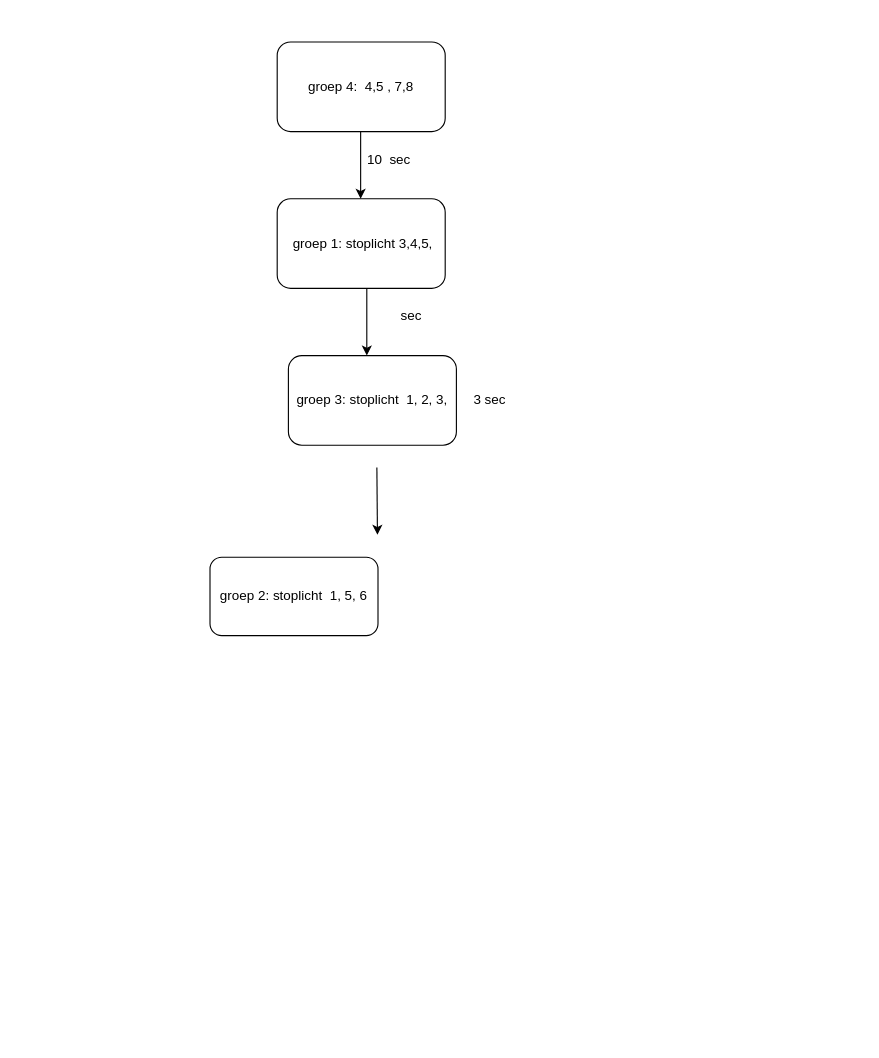
emmaus-5h/5Hin1-arduino-elia-antonio keeps this draw.io diagram as stap 3 toestandsdiagram/Untitled Diagram.drawio. Above is the earlier version. Source tidied: cells renumbered, new cells numbered last; positions are measured from the earlier drawing's top-left corner, leaving out a move shared by most shapes. Both pictures are drawn from the tidied source at 112%, with x=0, y=0 at pixel (209, 41).
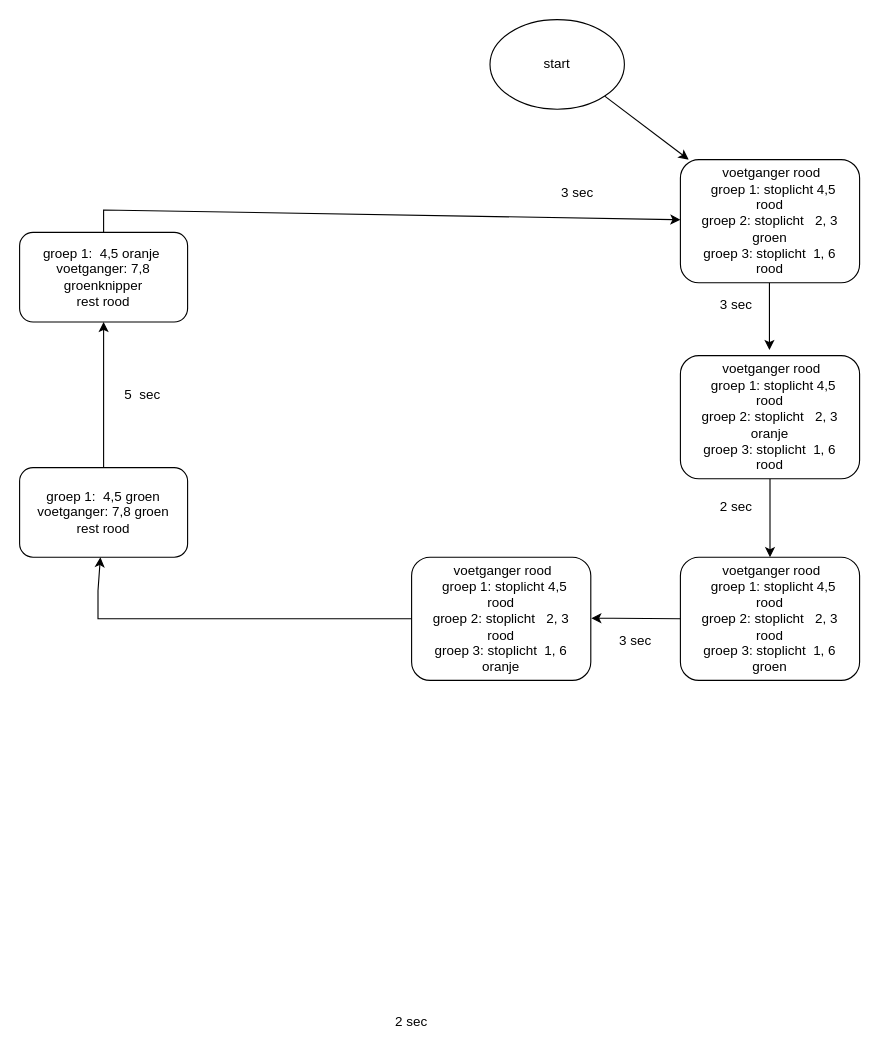
The same page after the edit.

What changed in the source:
```diff
@@
-    <mxCell id="2" value="&amp;nbsp;groep 1: stoplicht 3,4,5," style="rounded=1;whiteSpace=wrap;html=1;" parent="1" vertex="1">
-      <mxGeometry x="60" y="140" width="150" height="80" as="geometry" />
-    </mxCell>
     <mxCell id="3" style="endArrow=classic;html=1;rounded=0;" parent="1" edge="1">
       <mxGeometry relative="1" as="geometry">
-        <mxPoint x="140" y="220" as="sourcePoint" />
-        <mxPoint x="140" y="280" as="targetPoint" />
+        <mxPoint x="499.5" y="215" as="sourcePoint" />
+        <mxPoint x="499.5" y="275" as="targetPoint" />
         <Array as="points">
-          <mxPoint x="140" y="250" />
+          <mxPoint x="499.5" y="245" />
         </Array>
       </mxGeometry>
     </mxCell>
-    <mxCell id="4" value="groep 2: stoplicht &amp;nbsp;1, 5, 6" style="rounded=1;whiteSpace=wrap;html=1;" parent="1" vertex="1">
-      <mxGeometry y="460" width="150" height="70" as="geometry" />
-    </mxCell>
-    <mxCell id="5" value="groep 3: stoplicht &amp;nbsp;1, 2, 3," style="rounded=1;whiteSpace=wrap;html=1;" parent="1" vertex="1">
-      <mxGeometry x="70" y="280" width="150" height="80" as="geometry" />
-    </mxCell>
-    <mxCell id="6" style="endArrow=classic;html=1;rounded=0;" parent="1" edge="1">
+    <mxCell id="6" style="endArrow=classic;html=1;rounded=0;exitX=0.5;exitY=1;exitDx=0;exitDy=0;" parent="1" edge="1" source="14">
       <mxGeometry relative="1" as="geometry">
-        <mxPoint x="149" y="380" as="sourcePoint" />
-        <mxPoint x="149.5" y="440" as="targetPoint" />
+        <mxPoint x="500" y="460" as="targetPoint" />
       </mxGeometry>
     </mxCell>
-    <mxCell id="7" value="groep 4: &amp;nbsp;4,5 , 7,8" style="rounded=1;whiteSpace=wrap;html=1;" parent="1" vertex="1">
-      <mxGeometry x="60" width="150" height="80" as="geometry" />
+    <mxCell id="7" value="groep 1: &amp;nbsp;4,5 groen&lt;br&gt;voetganger: 7,8 groen&lt;br&gt;rest rood" style="rounded=1;whiteSpace=wrap;html=1;" parent="1" vertex="1">
+      <mxGeometry x="-170" y="380" width="150" height="80" as="geometry" />
     </mxCell>
-    <mxCell id="8" style="endArrow=classic;html=1;rounded=0;" parent="1" edge="1">
-      <mxGeometry relative="1" as="geometry">
-        <mxPoint x="134.5" y="80" as="sourcePoint" />
-        <mxPoint x="134.5" y="140" as="targetPoint" />
-      </mxGeometry>
-    </mxCell>
-    <mxCell id="9" value="&amp;nbsp;sec&amp;nbsp;" style="text;html=1;strokeColor=none;fillColor=none;align=center;verticalAlign=middle;whiteSpace=wrap;rounded=0;" parent="1" vertex="1">
-      <mxGeometry x="150" y="230" width="60" height="30" as="geometry" />
+    <mxCell id="9" value="3 sec&amp;nbsp;" style="text;html=1;strokeColor=none;fillColor=none;align=center;verticalAlign=middle;whiteSpace=wrap;rounded=0;" parent="1" vertex="1">
+      <mxGeometry x="300" y="120" width="60" height="30" as="geometry" />
     </mxCell>
-    <mxCell id="10" value="3 sec" style="text;html=1;strokeColor=none;fillColor=none;align=center;verticalAlign=middle;whiteSpace=wrap;rounded=0;" parent="1" vertex="1">
-      <mxGeometry x="220" y="305" width="60" height="30" as="geometry" />
+    <mxCell id="10" value="2 sec" style="text;html=1;strokeColor=none;fillColor=none;align=center;verticalAlign=middle;whiteSpace=wrap;rounded=0;" parent="1" vertex="1">
+      <mxGeometry x="150" y="860" width="60" height="30" as="geometry" />
     </mxCell>
-    <mxCell id="11" value="10 &amp;nbsp;sec" style="text;html=1;strokeColor=none;fillColor=none;align=center;verticalAlign=middle;whiteSpace=wrap;rounded=0;" parent="1" vertex="1">
-      <mxGeometry x="130" y="90" width="60" height="30" as="geometry" />
+    <mxCell id="11" value="5 &amp;nbsp;sec" style="text;html=1;strokeColor=none;fillColor=none;align=center;verticalAlign=middle;whiteSpace=wrap;rounded=0;" parent="1" vertex="1">
+      <mxGeometry x="-90" y="300" width="60" height="30" as="geometry" />
     </mxCell>
+    <mxCell id="12" value="&amp;nbsp;voetganger rood&lt;br&gt;&amp;nbsp; groep 1: stoplicht 4,5 &lt;br&gt;rood&lt;br&gt;groep 2: stoplicht &amp;nbsp; 2, 3 &lt;br&gt;groen&lt;br&gt;groep 3: stoplicht &amp;nbsp;1, 6&lt;br&gt;rood" style="rounded=1;whiteSpace=wrap;html=1;" parent="1" vertex="1">
+      <mxGeometry x="420" y="105" width="160" height="110" as="geometry" />
+    </mxCell>
+    <mxCell id="13" value="groep 1: &amp;nbsp;4,5 oranje&amp;nbsp;&lt;br&gt;voetganger: 7,8 groenknipper&lt;br&gt;rest rood" style="rounded=1;whiteSpace=wrap;html=1;" parent="1" vertex="1">
+      <mxGeometry x="-170" y="170" width="150" height="80" as="geometry" />
+    </mxCell>
+    <mxCell id="14" value="&amp;nbsp;voetganger rood&lt;br&gt;&amp;nbsp; groep 1: stoplicht 4,5 &lt;br&gt;rood&lt;br&gt;groep 2: stoplicht &amp;nbsp; 2, 3 &lt;br&gt;oranje&lt;br&gt;groep 3: stoplicht &amp;nbsp;1, 6&lt;br&gt;rood" style="rounded=1;whiteSpace=wrap;html=1;" parent="1" vertex="1">
+      <mxGeometry x="420" y="280" width="160" height="110" as="geometry" />
+    </mxCell>
+    <mxCell id="15" value="&amp;nbsp;voetganger rood&lt;br&gt;&amp;nbsp; groep 1: stoplicht 4,5 &lt;br&gt;rood&lt;br&gt;groep 2: stoplicht &amp;nbsp; 2, 3 &lt;br&gt;rood&lt;br&gt;groep 3: stoplicht &amp;nbsp;1, 6&lt;br&gt;groen" style="rounded=1;whiteSpace=wrap;html=1;" parent="1" vertex="1">
+      <mxGeometry x="420" y="460" width="160" height="110" as="geometry" />
+    </mxCell>
+    <mxCell id="16" value="&amp;nbsp;voetganger rood&lt;br&gt;&amp;nbsp; groep 1: stoplicht 4,5 &lt;br&gt;rood&lt;br&gt;groep 2: stoplicht &amp;nbsp; 2, 3 &lt;br&gt;rood&lt;br&gt;groep 3: stoplicht &amp;nbsp;1, 6&lt;br&gt;oranje" style="rounded=1;whiteSpace=wrap;html=1;" parent="1" vertex="1">
+      <mxGeometry x="180" y="460" width="160" height="110" as="geometry" />
+    </mxCell>
+    <mxCell id="17" style="endArrow=classic;html=1;rounded=0;exitX=0;exitY=0.5;exitDx=0;exitDy=0;" parent="1" edge="1" source="15">
+      <mxGeometry relative="1" as="geometry">
+        <mxPoint x="340.5" y="514.5" as="targetPoint" />
+        <Array as="points">
+          <mxPoint x="360" y="514.5" />
+        </Array>
+      </mxGeometry>
+    </mxCell>
+    <mxCell id="18" value="3 sec" style="text;html=1;strokeColor=none;fillColor=none;align=center;verticalAlign=middle;whiteSpace=wrap;rounded=0;" parent="1" vertex="1">
+      <mxGeometry x="440" y="220" width="60" height="30" as="geometry" />
+    </mxCell>
+    <mxCell id="19" value="3 sec" style="text;html=1;strokeColor=none;fillColor=none;align=center;verticalAlign=middle;whiteSpace=wrap;rounded=0;" parent="1" vertex="1">
+      <mxGeometry x="350" y="520" width="60" height="30" as="geometry" />
+    </mxCell>
+    <mxCell id="20" value="2 sec" style="text;html=1;strokeColor=none;fillColor=none;align=center;verticalAlign=middle;whiteSpace=wrap;rounded=0;" parent="1" vertex="1">
+      <mxGeometry x="440" y="400" width="60" height="30" as="geometry" />
+    </mxCell>
+    <mxCell id="21" value="start" style="ellipse;whiteSpace=wrap;html=1;" parent="1" vertex="1">
+      <mxGeometry x="250" y="-20" width="120" height="80" as="geometry" />
+    </mxCell>
+    <mxCell id="22" style="endArrow=classic;html=1;rounded=0;exitX=0.5;exitY=0;exitDx=0;exitDy=0;entryX=0.5;entryY=1;entryDx=0;entryDy=0;" parent="1" edge="1" source="7" target="13">
+      <mxGeometry relative="1" as="geometry" />
+    </mxCell>
+    <mxCell id="23" style="endArrow=classic;html=1;rounded=0;exitX=0.5;exitY=0;exitDx=0;exitDy=0;" parent="1" edge="1" source="13" target="12">
+      <mxGeometry relative="1" as="geometry">
+        <Array as="points">
+          <mxPoint x="-95" y="150" />
+        </Array>
+      </mxGeometry>
+    </mxCell>
+    <mxCell id="24" style="endArrow=classic;html=1;rounded=0;exitX=0;exitY=0.5;exitDx=0;exitDy=0;" parent="1" edge="1" source="16" target="7">
+      <mxGeometry relative="1" as="geometry">
+        <Array as="points">
+          <mxPoint x="-100" y="515" />
+          <mxPoint x="-100" y="490" />
+        </Array>
+      </mxGeometry>
+    </mxCell>
+    <mxCell id="25" style="endArrow=classic;html=1;rounded=0;exitX=1;exitY=1;exitDx=0;exitDy=0;" parent="1" edge="1" source="21" target="12">
+      <mxGeometry relative="1" as="geometry" />
+    </mxCell>
```
